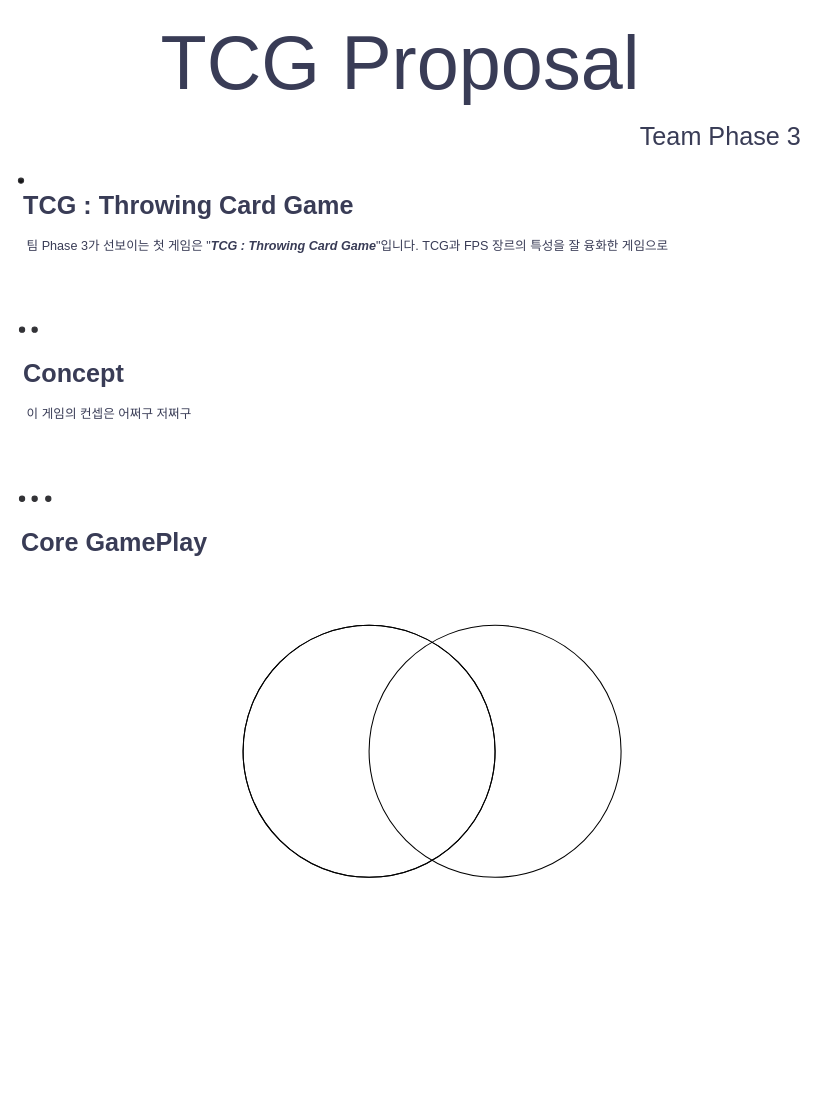
Before: TCG_Proposal.drawio in ESilverStone/DrawIdea, a draw.io diagram. Source tidied: cells renumbered, new cells numbered last; positions are measured from the earlier drawing's top-left corner, leaving out a move shared by most shapes. Both pictures are drawn from the tidied source at 105%, with x=0, y=0 at pixel (18, 47).
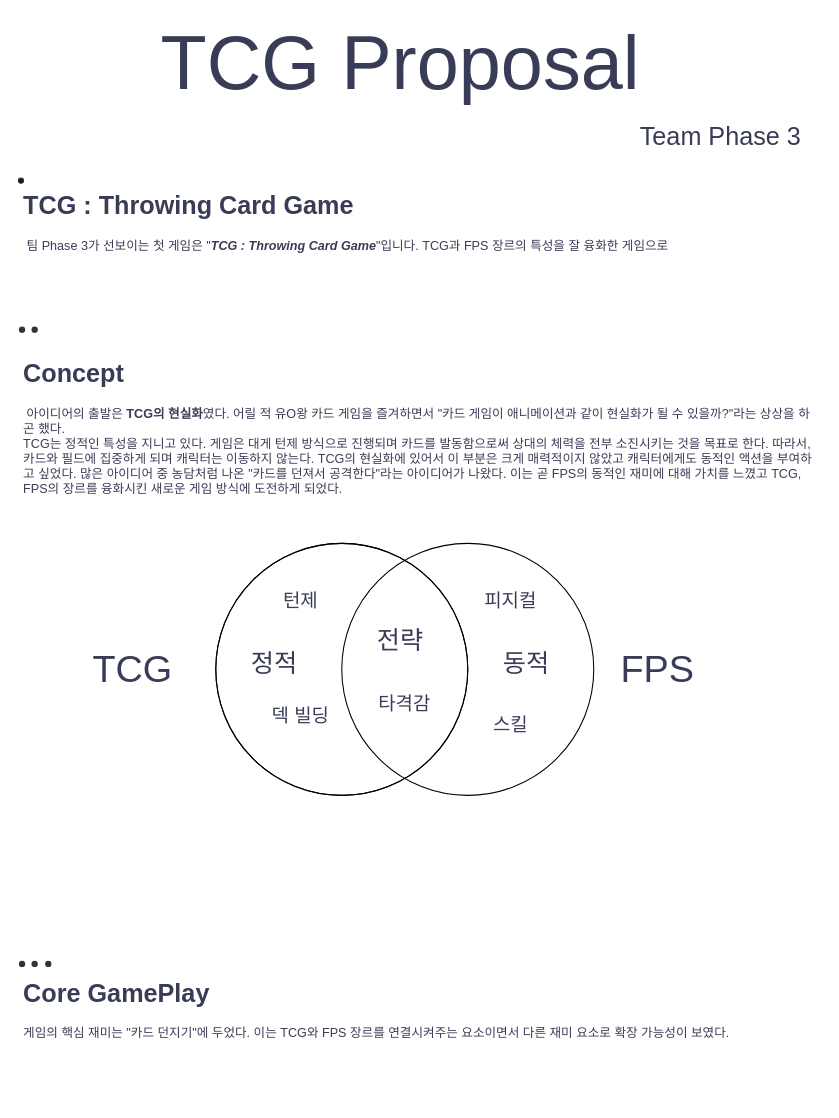
The same diagram, later.

What changed in the source:
```diff
@@
-    <mxCell id="6" value="&lt;h1 style=&quot;margin-top: 0px;&quot;&gt;Concept&lt;/h1&gt;&lt;div&gt;&amp;nbsp;이 게임의 컨셉은 어쩌구 저쩌구&amp;nbsp;&lt;/div&gt;" style="text;html=1;whiteSpace=wrap;overflow=hidden;rounded=0;fontColor=#393C56;" parent="1" vertex="1">
-      <mxGeometry x="3" y="290" width="761" height="120" as="geometry" />
+    <mxCell id="6" value="&lt;h1 style=&quot;margin-top: 0px;&quot;&gt;Concept&lt;/h1&gt;&lt;div&gt;&amp;nbsp;아이디어의 출발은 &lt;b style=&quot;&quot;&gt;TCG의 현실화&lt;/b&gt;였다. 어릴 적 유O왕 카드 게임을 즐겨하면서 &quot;카드 게임이 애니메이션과 같이 현실화가 될 수 있을까?&quot;라는 상상을 하곤 했다.&amp;nbsp;&lt;/div&gt;&lt;div&gt;TCG는 정적인 특성을 지니고 있다. 게임은 대게 턴제 방식으로 진행되며 카드를 발동함으로써 상대의 체력을 전부 소진시키는 것을 목표로 한다. 따라서, 카드와 필드에 집중하게 되며 캐릭터는 이동하지 않는다. TCG의 현실화에 있어서 이 부분은 크게 매력적이지 않았고 캐릭터에게도 동적인 액션을 부여하고 싶었다. 많은 아이디어 중 농담처럼 나온 &quot;카드를 던져서 공격한다&quot;라는 아이디어가 나왔다. 이는 곧 FPS의 동적인 재미에 대해 가치를 느꼈고 TCG, FPS의 장르를 융화시킨 새로운 게임 방식에 도전하게 되었다.&amp;nbsp;&lt;/div&gt;" style="text;html=1;whiteSpace=wrap;overflow=hidden;rounded=0;fontColor=#393C56;" parent="1" vertex="1">
+      <mxGeometry x="3" y="290" width="761" height="170" as="geometry" />
     </mxCell>
@@
+    <mxCell id="13" style="verticalLabelPosition=bottom;shadow=0;dashed=0;align=center;html=1;verticalAlign=top;strokeWidth=1;shape=mxgraph.electrical.signal_sources.current_source;direction=south;fillColor=none;" parent="1" vertex="1">
+      <mxGeometry x="188" y="472" width="360" height="240" as="geometry" />
+    </mxCell>
-    <mxCell id="9" value="&lt;h1 style=&quot;margin-top: 0px;&quot;&gt;Core GamePlay&lt;/h1&gt;" style="text;html=1;whiteSpace=wrap;overflow=hidden;rounded=0;fontColor=#393C56;" parent="1" vertex="1">
-      <mxGeometry x="1" y="451" width="761" height="120" as="geometry" />
+    <mxCell id="9" value="&lt;h1 style=&quot;margin-top: 0px;&quot;&gt;Core GamePlay&lt;/h1&gt;&lt;div&gt;게임의 핵심 재미는 &quot;카드 던지기&quot;에 두었다. 이는 TCG와 FPS 장르를 연결시켜주는 요소이면서 다른 재미 요소로 확장 가능성이 보였다. &lt;span style=&quot;background-color: initial;&quot;&gt;&amp;nbsp;&lt;/span&gt;&lt;/div&gt;" style="text;html=1;whiteSpace=wrap;overflow=hidden;rounded=0;fontColor=#393C56;" parent="1" vertex="1">
+      <mxGeometry x="3" y="880" width="761" height="120" as="geometry" />
     </mxCell>
+    <mxCell id="14" value="&lt;font style=&quot;font-size: 36px;&quot;&gt;TCG&lt;/font&gt;" style="text;html=1;align=center;verticalAlign=middle;whiteSpace=wrap;rounded=0;fontColor=#393C56;" parent="1" vertex="1">
+      <mxGeometry x="64" y="577" width="90" height="30" as="geometry" />
+    </mxCell>
+    <mxCell id="15" value="&lt;span style=&quot;font-size: 36px;&quot;&gt;FPS&lt;/span&gt;" style="text;html=1;align=center;verticalAlign=middle;whiteSpace=wrap;rounded=0;fontColor=#393C56;" parent="1" vertex="1">
+      <mxGeometry x="564" y="577" width="90" height="30" as="geometry" />
+    </mxCell>
+    <mxCell id="16" style="group;" parent="1" vertex="1">
+      <mxGeometry x="1" y="870" width="30" height="5" as="geometry" />
+    </mxCell>
-    <mxCell id="10" style="ellipse;whiteSpace=wrap;html=1;strokeColor=#333337;fillColor=#333337;" parent="1" vertex="1">
-      <mxGeometry x="1" y="427" width="5" height="5" as="geometry" />
+    <mxCell id="10" style="ellipse;whiteSpace=wrap;html=1;strokeColor=#333337;fillColor=#333337;" parent="16" vertex="1">
+      <mxGeometry width="5" height="5" as="geometry" />
     </mxCell>
-    <mxCell id="11" style="ellipse;whiteSpace=wrap;html=1;strokeColor=#333337;fillColor=#333337;" parent="1" vertex="1">
-      <mxGeometry x="13" y="427" width="5" height="5" as="geometry" />
+    <mxCell id="11" style="ellipse;whiteSpace=wrap;html=1;strokeColor=#333337;fillColor=#333337;" parent="16" vertex="1">
+      <mxGeometry x="12" width="5" height="5" as="geometry" />
     </mxCell>
-    <mxCell id="12" style="ellipse;whiteSpace=wrap;html=1;strokeColor=#333337;fillColor=#333337;" parent="1" vertex="1">
-      <mxGeometry x="26" y="427" width="5" height="5" as="geometry" />
+    <mxCell id="12" style="ellipse;whiteSpace=wrap;html=1;strokeColor=#333337;fillColor=#333337;" parent="16" vertex="1">
+      <mxGeometry x="25" width="5" height="5" as="geometry" />
     </mxCell>
-    <mxCell id="13" style="verticalLabelPosition=bottom;shadow=0;dashed=0;align=center;html=1;verticalAlign=top;strokeWidth=1;shape=mxgraph.electrical.signal_sources.current_source;direction=south;fillColor=none;" parent="1" vertex="1">
-      <mxGeometry x="214" y="550" width="360" height="240" as="geometry" />
-    </mxCell>
+    <mxCell id="17" value="&lt;font style=&quot;font-size: 24px;&quot;&gt;정적&lt;/font&gt;" style="text;html=1;align=center;verticalAlign=middle;whiteSpace=wrap;rounded=0;fontColor=#393C56;" parent="1" vertex="1">
+      <mxGeometry x="214" y="572" width="60" height="30" as="geometry" />
+    </mxCell>
+    <mxCell id="18" value="&lt;font style=&quot;font-size: 24px;&quot;&gt;동적&lt;/font&gt;" style="text;html=1;align=center;verticalAlign=middle;whiteSpace=wrap;rounded=0;fontColor=#393C56;" parent="1" vertex="1">
+      <mxGeometry x="454" y="572" width="60" height="30" as="geometry" />
+    </mxCell>
+    <mxCell id="19" value="&lt;font style=&quot;font-size: 18px;&quot;&gt;덱 빌딩&lt;/font&gt;" style="text;html=1;align=center;verticalAlign=middle;whiteSpace=wrap;rounded=0;fontColor=#393C56;" parent="1" vertex="1">
+      <mxGeometry x="224" y="622" width="90" height="30" as="geometry" />
+    </mxCell>
+    <mxCell id="20" value="&lt;font style=&quot;font-size: 18px;&quot;&gt;턴제&lt;/font&gt;" style="text;html=1;align=center;verticalAlign=middle;whiteSpace=wrap;rounded=0;fontColor=#393C56;" parent="1" vertex="1">
+      <mxGeometry x="224" y="512" width="90" height="30" as="geometry" />
+    </mxCell>
+    <mxCell id="21" value="&lt;font style=&quot;font-size: 24px;&quot;&gt;전략&lt;/font&gt;" style="text;html=1;align=center;verticalAlign=middle;whiteSpace=wrap;rounded=0;fontColor=#393C56;" parent="1" vertex="1">
+      <mxGeometry x="319" y="550" width="90" height="30" as="geometry" />
+    </mxCell>
+    <mxCell id="22" value="&lt;font style=&quot;font-size: 18px;&quot;&gt;피지컬&lt;/font&gt;" style="text;html=1;align=center;verticalAlign=middle;whiteSpace=wrap;rounded=0;fontColor=#393C56;" parent="1" vertex="1">
+      <mxGeometry x="424" y="512" width="90" height="30" as="geometry" />
+    </mxCell>
+    <mxCell id="23" value="&lt;span style=&quot;font-size: 18px;&quot;&gt;스킬&lt;/span&gt;" style="text;html=1;align=center;verticalAlign=middle;whiteSpace=wrap;rounded=0;fontColor=#393C56;" parent="1" vertex="1">
+      <mxGeometry x="424" y="630" width="90" height="30" as="geometry" />
+    </mxCell>
+    <mxCell id="24" value="&lt;span style=&quot;font-size: 18px;&quot;&gt;타격감&lt;/span&gt;" style="text;html=1;align=center;verticalAlign=middle;whiteSpace=wrap;rounded=0;fontColor=#393C56;" parent="1" vertex="1">
+      <mxGeometry x="323" y="610" width="90" height="30" as="geometry" />
+    </mxCell>
```
